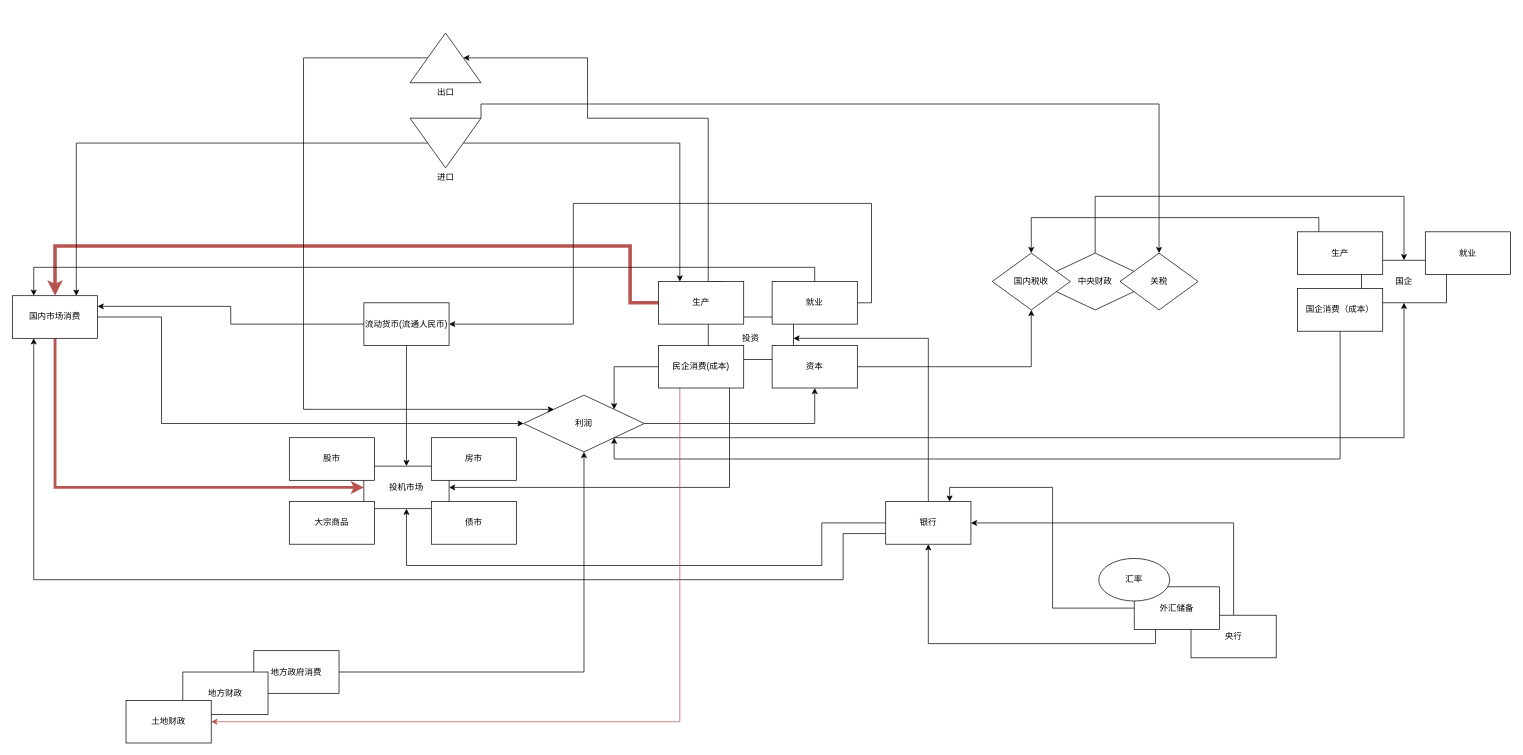
BlackKing-Dio/doc keeps this draw.io diagram as Untitled Diagram.drawio. Above is the earlier version. Source tidied: cells renumbered, new cells numbered last; positions are measured from the earlier drawing's top-left corner, leaving out a move shared by most shapes. Both pictures are drawn from the tidied source at 71%, with x=0, y=0 at pixel (12, 33).
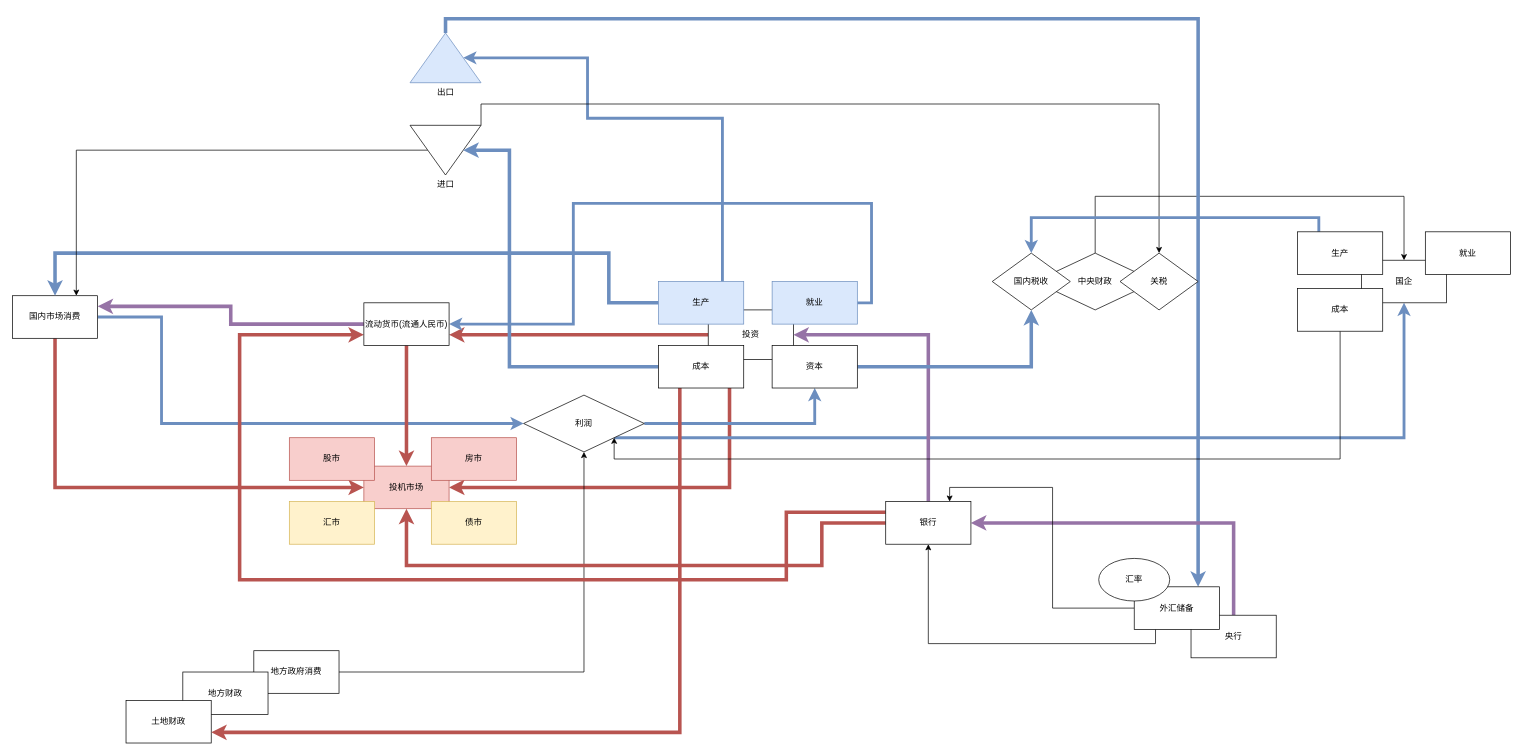
The same diagram, later.

The change refers to these unchanged cells:
```xml
<mxCell id="4" value="国内市场消费" style="rounded=0;whiteSpace=wrap;html=1;" parent="1" vertex="1">
  <mxGeometry y="370" width="120" height="60" as="geometry" />
</mxCell>
<mxCell id="14" value="利润" style="rhombus;whiteSpace=wrap;html=1;" parent="1" vertex="1">
  <mxGeometry x="720" y="510" width="170" height="80" as="geometry" />
</mxCell>
<mxCell id="21" value="央行" style="rounded=0;whiteSpace=wrap;html=1;" parent="1" vertex="1">
  <mxGeometry x="1660" y="820" width="120" height="60" as="geometry" />
</mxCell>
<mxCell id="25" value="银行" style="rounded=0;whiteSpace=wrap;html=1;" parent="1" vertex="1">
  <mxGeometry x="1230" y="660" width="120" height="60" as="geometry" />
</mxCell>
<mxCell id="31" value="外汇储备" style="rounded=0;whiteSpace=wrap;html=1;" parent="1" vertex="1">
  <mxGeometry x="1580" y="780" width="120" height="60" as="geometry" />
</mxCell>
<mxCell id="33" value="土地财政" style="rounded=0;whiteSpace=wrap;html=1;" parent="1" vertex="1">
  <mxGeometry x="160" y="940" width="120" height="60" as="geometry" />
</mxCell>
<mxCell id="34" value="关税" style="rhombus;whiteSpace=wrap;html=1;" parent="1" vertex="1">
  <mxGeometry x="1560" y="310" width="110" height="80" as="geometry" />
</mxCell>
<mxCell id="35" value="国内税收" style="rhombus;whiteSpace=wrap;html=1;" parent="1" vertex="1">
  <mxGeometry x="1380" y="310" width="110" height="80" as="geometry" />
</mxCell>
<mxCell id="41" value="资本" style="rounded=0;whiteSpace=wrap;html=1;" parent="1" vertex="1">
  <mxGeometry x="1070" y="440" width="120" height="60" as="geometry" />
</mxCell>
<mxCell id="44" value="流动货币(流通人民币)" style="rounded=0;whiteSpace=wrap;html=1;" parent="1" vertex="1">
  <mxGeometry x="495" y="380" width="120" height="60" as="geometry" />
</mxCell>
<mxCell id="46" value="国企" style="rounded=0;whiteSpace=wrap;html=1;" parent="1" vertex="1">
  <mxGeometry x="1900" y="320" width="120" height="60" as="geometry" />
</mxCell>
<mxCell id="57" value="生产" style="rounded=0;whiteSpace=wrap;html=1;" parent="1" vertex="1">
  <mxGeometry x="1810" y="280" width="120" height="60" as="geometry" />
</mxCell>
```

What changed in the source:
```diff
@@
-    <mxCell id="2" style="edgeStyle=orthogonalEdgeStyle;rounded=0;jettySize=auto;html=1;exitX=1;exitY=0.5;exitDx=0;exitDy=0;entryX=0;entryY=0.5;entryDx=0;entryDy=0;strokeWidth=1;" parent="1" edge="1" source="4" target="14">
+    <mxCell id="2" style="edgeStyle=orthogonalEdgeStyle;rounded=0;jettySize=auto;html=1;exitX=1;exitY=0.5;exitDx=0;exitDy=0;entryX=0;entryY=0.5;entryDx=0;entryDy=0;strokeWidth=4;fillColor=#dae8fc;strokeColor=#6c8ebf;" parent="1" edge="1" source="4" target="14">
       <mxGeometry relative="1" as="geometry">
         <Array as="points">
           <mxPoint x="210" y="400" />
           <mxPoint x="210" y="550" />
         </Array>
       </mxGeometry>
     </mxCell>
-    <mxCell id="3" style="edgeStyle=orthogonalEdgeStyle;rounded=0;jettySize=auto;html=1;exitX=0.5;exitY=1;exitDx=0;exitDy=0;entryX=0;entryY=0.5;entryDx=0;entryDy=0;fillColor=#f8cecc;strokeColor=#b85450;strokeWidth=4;" parent="1" edge="1" source="4" target="19">
+    <mxCell id="3" style="edgeStyle=orthogonalEdgeStyle;rounded=0;jettySize=auto;html=1;exitX=0.5;exitY=1;exitDx=0;exitDy=0;entryX=0;entryY=0.5;entryDx=0;entryDy=0;strokeWidth=5;fillColor=#f8cecc;strokeColor=#b85450;" parent="1" edge="1" source="4" target="19">
       <mxGeometry relative="1" as="geometry" />
     </mxCell>
@@
-    <mxCell id="5" style="edgeStyle=orthogonalEdgeStyle;rounded=0;jettySize=auto;html=1;exitX=0.25;exitY=1;exitDx=0;exitDy=0;entryX=1;entryY=0.5;entryDx=0;entryDy=0;" parent="1" edge="1" source="6" target="19">
+    <mxCell id="5" style="edgeStyle=orthogonalEdgeStyle;rounded=0;jettySize=auto;html=1;exitX=0.25;exitY=1;exitDx=0;exitDy=0;entryX=1;entryY=0.5;entryDx=0;entryDy=0;fillColor=#f8cecc;strokeColor=#b85450;strokeWidth=5;" parent="1" edge="1" source="6" target="19">
       <mxGeometry relative="1" as="geometry" />
     </mxCell>
+    <mxCell id="59" style="edgeStyle=orthogonalEdgeStyle;rounded=0;jettySize=auto;html=1;exitX=0;exitY=0.5;exitDx=0;exitDy=0;entryX=1;entryY=0.75;entryDx=0;entryDy=0;strokeWidth=5;fillColor=#f8cecc;strokeColor=#b85450;" parent="1" edge="1" source="6" target="44">
+      <mxGeometry relative="1" as="geometry" />
+    </mxCell>
     <mxCell id="6" value="投资" style="rounded=0;whiteSpace=wrap;html=1;" parent="1" vertex="1">
-      <mxGeometry x="980" y="400" width="120" height="60" as="geometry" />
+      <mxGeometry x="980" y="390" width="120" height="70" as="geometry" />
     </mxCell>
@@
-    <mxCell id="9" style="edgeStyle=orthogonalEdgeStyle;rounded=0;jettySize=auto;html=1;exitX=0.75;exitY=0;exitDx=0;exitDy=0;entryX=0;entryY=0;entryDx=75;entryDy=35;entryPerimeter=0;" parent="1" edge="1" source="11" target="18">
+    <mxCell id="9" style="edgeStyle=orthogonalEdgeStyle;rounded=0;jettySize=auto;html=1;exitX=0.75;exitY=0;exitDx=0;exitDy=0;entryX=0;entryY=0;entryDx=75;entryDy=35;entryPerimeter=0;fillColor=#dae8fc;strokeColor=#6c8ebf;strokeWidth=4;" parent="1" edge="1" source="11" target="18">
       <mxGeometry relative="1" as="geometry">
         <Array as="points">
-          <mxPoint x="980" y="350" />
-          <mxPoint x="980" y="120" />
+          <mxPoint x="1000" y="120" />
           <mxPoint x="810" y="120" />
           <mxPoint x="810" y="35" />
         </Array>
       </mxGeometry>
     </mxCell>
-    <mxCell id="10" style="edgeStyle=orthogonalEdgeStyle;rounded=0;jettySize=auto;html=1;exitX=0;exitY=0.5;exitDx=0;exitDy=0;fillColor=#f8cecc;strokeColor=#b85450;strokeWidth=5;" parent="1" edge="1" source="11" target="4">
+    <mxCell id="10" style="edgeStyle=orthogonalEdgeStyle;rounded=0;jettySize=auto;html=1;exitX=0;exitY=0.5;exitDx=0;exitDy=0;entryX=0.5;entryY=0;entryDx=0;entryDy=0;strokeWidth=5;fillColor=#dae8fc;strokeColor=#6c8ebf;" parent="1" edge="1" source="11" target="4">
       <mxGeometry relative="1" as="geometry">
         <Array as="points">
-          <mxPoint x="870" y="380" />
-          <mxPoint x="870" y="300" />
-          <mxPoint x="60" y="300" />
+          <mxPoint x="840" y="380" />
+          <mxPoint x="840" y="310" />
+          <mxPoint x="60" y="310" />
         </Array>
       </mxGeometry>
     </mxCell>
-    <mxCell id="11" value="生产" style="rounded=0;whiteSpace=wrap;html=1;" parent="1" vertex="1">
+    <mxCell id="11" value="生产" style="rounded=0;whiteSpace=wrap;html=1;fillColor=#dae8fc;strokeColor=#6c8ebf;" parent="1" vertex="1">
       <mxGeometry x="910" y="350" width="120" height="60" as="geometry" />
     </mxCell>
-    <mxCell id="12" style="edgeStyle=orthogonalEdgeStyle;rounded=0;jettySize=auto;html=1;exitX=1;exitY=0.5;exitDx=0;exitDy=0;entryX=0.5;entryY=1;entryDx=0;entryDy=0;" parent="1" edge="1" source="14" target="41">
+    <mxCell id="12" style="edgeStyle=orthogonalEdgeStyle;rounded=0;jettySize=auto;html=1;exitX=1;exitY=0.5;exitDx=0;exitDy=0;entryX=0.5;entryY=1;entryDx=0;entryDy=0;fillColor=#dae8fc;strokeColor=#6c8ebf;strokeWidth=4;" parent="1" edge="1" source="14" target="41">
       <mxGeometry relative="1" as="geometry">
         <Array as="points">
           <mxPoint x="1130" y="550" />
         </Array>
       </mxGeometry>
     </mxCell>
-    <mxCell id="13" style="edgeStyle=orthogonalEdgeStyle;rounded=0;jettySize=auto;html=1;exitX=1;exitY=1;exitDx=0;exitDy=0;" parent="1" edge="1" source="14" target="46">
+    <mxCell id="13" style="edgeStyle=orthogonalEdgeStyle;rounded=0;jettySize=auto;html=1;exitX=1;exitY=1;exitDx=0;exitDy=0;fillColor=#dae8fc;strokeColor=#6c8ebf;strokeWidth=4;" parent="1" edge="1" source="14" target="46">
       <mxGeometry relative="1" as="geometry" />
     </mxCell>
@@
-    <mxCell id="17" style="edgeStyle=orthogonalEdgeStyle;rounded=0;jettySize=auto;html=1;exitX=0;exitY=0;exitDx=25;exitDy=35;exitPerimeter=0;entryX=0;entryY=0;entryDx=0;entryDy=0;" parent="1" edge="1" source="18" target="14">
-      <mxGeometry relative="1" as="geometry">
-        <Array as="points">
-          <mxPoint x="410" y="35" />
-          <mxPoint x="410" y="530" />
-        </Array>
-      </mxGeometry>
-    </mxCell>
+    <mxCell id="60" style="edgeStyle=orthogonalEdgeStyle;rounded=0;jettySize=auto;html=1;exitX=0;exitY=0;exitDx=50;exitDy=0;exitPerimeter=0;entryX=0.75;entryY=0;entryDx=0;entryDy=0;strokeWidth=5;fillColor=#dae8fc;strokeColor=#6c8ebf;" parent="1" edge="1" source="18" target="31">
+      <mxGeometry relative="1" as="geometry" />
+    </mxCell>
-    <mxCell id="18" value="出口" style="verticalLabelPosition=bottom;verticalAlign=top;html=1;shape=mxgraph.basic.acute_triangle;dx=0.5;" parent="1" vertex="1">
+    <mxCell id="18" value="出口" style="verticalLabelPosition=bottom;verticalAlign=top;html=1;shape=mxgraph.basic.acute_triangle;dx=0.5;fillColor=#dae8fc;strokeColor=#6c8ebf;" parent="1" vertex="1">
       <mxGeometry x="560" width="100" height="70" as="geometry" />
     </mxCell>
-    <mxCell id="19" value="投机市场" style="rounded=0;whiteSpace=wrap;html=1;" parent="1" vertex="1">
+    <mxCell id="19" value="投机市场" style="rounded=0;whiteSpace=wrap;html=1;fillColor=#f8cecc;strokeColor=#b85450;" parent="1" vertex="1">
       <mxGeometry x="495" y="610" width="120" height="60" as="geometry" />
     </mxCell>
-    <mxCell id="20" style="edgeStyle=orthogonalEdgeStyle;rounded=0;jettySize=auto;html=1;exitX=0.5;exitY=0;exitDx=0;exitDy=0;entryX=1;entryY=0.5;entryDx=0;entryDy=0;" parent="1" edge="1" source="21" target="25">
+    <mxCell id="20" style="edgeStyle=orthogonalEdgeStyle;rounded=0;jettySize=auto;html=1;exitX=0.5;exitY=0;exitDx=0;exitDy=0;entryX=1;entryY=0.5;entryDx=0;entryDy=0;fillColor=#e1d5e7;strokeColor=#9673a6;strokeWidth=5;" parent="1" edge="1" source="21" target="25">
       <mxGeometry relative="1" as="geometry" />
     </mxCell>
@@
-    <mxCell id="22" style="edgeStyle=orthogonalEdgeStyle;rounded=0;jettySize=auto;html=1;exitX=0.5;exitY=0;exitDx=0;exitDy=0;entryX=1;entryY=0.5;entryDx=0;entryDy=0;" parent="1" edge="1" source="25" target="6">
+    <mxCell id="22" style="edgeStyle=orthogonalEdgeStyle;rounded=0;jettySize=auto;html=1;exitX=0.5;exitY=0;exitDx=0;exitDy=0;entryX=1;entryY=0.5;entryDx=0;entryDy=0;fillColor=#e1d5e7;strokeColor=#9673a6;strokeWidth=5;" parent="1" edge="1" source="25" target="6">
       <mxGeometry relative="1" as="geometry" />
     </mxCell>
-    <mxCell id="23" style="edgeStyle=orthogonalEdgeStyle;rounded=0;jettySize=auto;html=1;exitX=0;exitY=0.5;exitDx=0;exitDy=0;entryX=0.5;entryY=1;entryDx=0;entryDy=0;" parent="1" edge="1" source="25" target="19">
+    <mxCell id="23" style="edgeStyle=orthogonalEdgeStyle;rounded=0;jettySize=auto;html=1;exitX=0;exitY=0.5;exitDx=0;exitDy=0;entryX=0.5;entryY=1;entryDx=0;entryDy=0;fillColor=#f8cecc;strokeColor=#b85450;strokeWidth=5;" parent="1" edge="1" source="25" target="19">
       <mxGeometry relative="1" as="geometry">
         <Array as="points">
           <mxPoint x="1140" y="690" />
           <mxPoint x="1140" y="750" />
           <mxPoint x="555" y="750" />
         </Array>
       </mxGeometry>
     </mxCell>
-    <mxCell id="24" style="edgeStyle=orthogonalEdgeStyle;rounded=0;jettySize=auto;html=1;exitX=0;exitY=0.75;exitDx=0;exitDy=0;entryX=0.25;entryY=1;entryDx=0;entryDy=0;" parent="1" edge="1" source="25" target="4">
-      <mxGeometry relative="1" as="geometry">
-        <Array as="points">
-          <mxPoint x="1170" y="705" />
-          <mxPoint x="1170" y="770" />
-          <mxPoint x="30" y="770" />
-        </Array>
-      </mxGeometry>
-    </mxCell>
+    <mxCell id="61" style="edgeStyle=orthogonalEdgeStyle;rounded=0;jettySize=auto;html=1;exitX=0;exitY=0.25;exitDx=0;exitDy=0;entryX=0;entryY=0.75;entryDx=0;entryDy=0;strokeWidth=5;fillColor=#f8cecc;strokeColor=#b85450;" parent="1" edge="1" source="25" target="44">
+      <mxGeometry relative="1" as="geometry">
+        <Array as="points">
+          <mxPoint x="1090" y="675" />
+          <mxPoint x="1090" y="770" />
+          <mxPoint x="320" y="770" />
+          <mxPoint x="320" y="425" />
+        </Array>
+      </mxGeometry>
+    </mxCell>
@@
-    <mxCell id="26" style="edgeStyle=orthogonalEdgeStyle;rounded=0;jettySize=auto;html=1;exitX=0.5;exitY=0;exitDx=0;exitDy=0;entryX=0.25;entryY=0;entryDx=0;entryDy=0;" parent="1" edge="1" source="28" target="4">
-      <mxGeometry relative="1" as="geometry" />
-    </mxCell>
-    <mxCell id="27" style="edgeStyle=orthogonalEdgeStyle;rounded=0;jettySize=auto;html=1;exitX=1;exitY=0.5;exitDx=0;exitDy=0;entryX=1;entryY=0.5;entryDx=0;entryDy=0;" parent="1" edge="1" source="28" target="44">
+    <mxCell id="27" style="edgeStyle=orthogonalEdgeStyle;rounded=0;jettySize=auto;html=1;exitX=1;exitY=0.5;exitDx=0;exitDy=0;entryX=1;entryY=0.5;entryDx=0;entryDy=0;fillColor=#dae8fc;strokeColor=#6c8ebf;strokeWidth=4;" parent="1" edge="1" source="28" target="44">
       <mxGeometry relative="1" as="geometry">
         <Array as="points">
           <mxPoint x="1210" y="380" />
           <mxPoint x="1210" y="240" />
           <mxPoint x="790" y="240" />
           <mxPoint x="790" y="410" />
         </Array>
       </mxGeometry>
     </mxCell>
-    <mxCell id="28" value="就业" style="rounded=0;whiteSpace=wrap;html=1;" parent="1" vertex="1">
+    <mxCell id="28" value="就业" style="rounded=0;whiteSpace=wrap;html=1;fillColor=#dae8fc;strokeColor=#6c8ebf;" parent="1" vertex="1">
       <mxGeometry x="1070" y="350" width="120" height="60" as="geometry" />
     </mxCell>
@@
-    <mxCell id="36" style="edgeStyle=orthogonalEdgeStyle;rounded=0;jettySize=auto;html=1;exitX=0;exitY=0;exitDx=25;exitDy=35;exitPerimeter=0;entryX=0.25;entryY=0;entryDx=0;entryDy=0;" parent="1" edge="1" source="39" target="11">
-      <mxGeometry relative="1" as="geometry" />
-    </mxCell>
@@
     <mxCell id="38" style="edgeStyle=orthogonalEdgeStyle;rounded=0;jettySize=auto;html=1;exitX=0;exitY=1;exitDx=0;exitDy=0;exitPerimeter=0;" parent="1" edge="1" source="39" target="34">
-      <mxGeometry relative="1" as="geometry" />
+      <mxGeometry relative="1" as="geometry">
+        <Array as="points">
+          <mxPoint x="660" y="100" />
+          <mxPoint x="1615" y="100" />
+        </Array>
+      </mxGeometry>
     </mxCell>
     <mxCell id="39" value="进口" style="verticalLabelPosition=bottom;verticalAlign=top;html=1;shape=mxgraph.basic.acute_triangle;dx=0.5;direction=west;" parent="1" vertex="1">
-      <mxGeometry x="560" y="120" width="100" height="70" as="geometry" />
+      <mxGeometry x="560" y="130" width="100" height="70" as="geometry" />
     </mxCell>
-    <mxCell id="40" style="edgeStyle=orthogonalEdgeStyle;rounded=0;jettySize=auto;html=1;exitX=1;exitY=0.5;exitDx=0;exitDy=0;entryX=0.5;entryY=1;entryDx=0;entryDy=0;" parent="1" edge="1" source="41" target="35">
+    <mxCell id="40" style="edgeStyle=orthogonalEdgeStyle;rounded=0;jettySize=auto;html=1;exitX=1;exitY=0.5;exitDx=0;exitDy=0;entryX=0.5;entryY=1;entryDx=0;entryDy=0;fillColor=#dae8fc;strokeColor=#6c8ebf;strokeWidth=5;" parent="1" edge="1" source="41" target="35">
       <mxGeometry relative="1" as="geometry" />
     </mxCell>
@@
-    <mxCell id="42" style="edgeStyle=orthogonalEdgeStyle;rounded=0;jettySize=auto;html=1;exitX=0;exitY=0.5;exitDx=0;exitDy=0;entryX=1;entryY=0.25;entryDx=0;entryDy=0;" parent="1" edge="1" source="44" target="4">
+    <mxCell id="42" style="edgeStyle=orthogonalEdgeStyle;rounded=0;jettySize=auto;html=1;exitX=0;exitY=0.5;exitDx=0;exitDy=0;entryX=1;entryY=0.25;entryDx=0;entryDy=0;fillColor=#e1d5e7;strokeColor=#9673a6;strokeWidth=5;" parent="1" edge="1" source="44" target="4">
       <mxGeometry relative="1" as="geometry" />
     </mxCell>
-    <mxCell id="43" style="edgeStyle=orthogonalEdgeStyle;rounded=0;jettySize=auto;html=1;exitX=0.5;exitY=1;exitDx=0;exitDy=0;" parent="1" edge="1" source="44" target="19">
-      <mxGeometry relative="1" as="geometry" />
+    <mxCell id="43" style="edgeStyle=orthogonalEdgeStyle;rounded=0;jettySize=auto;html=1;exitX=0.5;exitY=1;exitDx=0;exitDy=0;fillColor=#f8cecc;strokeColor=#b85450;strokeWidth=5;entryX=0.5;entryY=0;entryDx=0;entryDy=0;" parent="1" edge="1" source="44" target="19">
+      <mxGeometry relative="1" as="geometry">
+        <Array as="points">
+          <mxPoint x="555" y="530" />
+          <mxPoint x="555" y="530" />
+        </Array>
+      </mxGeometry>
     </mxCell>
@@
-    <mxCell id="48" value="国企消费（成本）" style="rounded=0;whiteSpace=wrap;html=1;" parent="1" vertex="1">
+    <mxCell id="48" value="成本" style="rounded=0;whiteSpace=wrap;html=1;" parent="1" vertex="1">
       <mxGeometry x="1810" y="360" width="120" height="60" as="geometry" />
     </mxCell>
-    <mxCell id="49" style="edgeStyle=orthogonalEdgeStyle;rounded=0;jettySize=auto;html=1;exitX=0;exitY=0.5;exitDx=0;exitDy=0;entryX=1;entryY=0;entryDx=0;entryDy=0;" parent="1" edge="1" source="51" target="14">
-      <mxGeometry relative="1" as="geometry" />
-    </mxCell>
+    <mxCell id="62" style="edgeStyle=orthogonalEdgeStyle;rounded=0;jettySize=auto;html=1;exitX=0;exitY=0.5;exitDx=0;exitDy=0;entryX=0;entryY=0;entryDx=25;entryDy=35;entryPerimeter=0;strokeWidth=5;fillColor=#dae8fc;strokeColor=#6c8ebf;" parent="1" edge="1" source="51" target="39">
+      <mxGeometry relative="1" as="geometry">
+        <Array as="points">
+          <mxPoint x="700" y="470" />
+          <mxPoint x="700" y="165" />
+        </Array>
+      </mxGeometry>
+    </mxCell>
-    <mxCell id="50" style="edgeStyle=orthogonalEdgeStyle;rounded=0;jettySize=auto;html=1;exitX=0.25;exitY=1;exitDx=0;exitDy=0;entryX=1;entryY=0.5;entryDx=0;entryDy=0;fillColor=#f8cecc;strokeColor=#b85450;strokeWidth=1;" parent="1" edge="1" source="51" target="33">
+    <mxCell id="50" style="edgeStyle=orthogonalEdgeStyle;rounded=0;jettySize=auto;html=1;exitX=0.25;exitY=1;exitDx=0;exitDy=0;entryX=1;entryY=0.75;entryDx=0;entryDy=0;strokeWidth=5;fillColor=#f8cecc;strokeColor=#b85450;" parent="1" edge="1" source="51" target="33">
       <mxGeometry relative="1" as="geometry" />
     </mxCell>
-    <mxCell id="51" value="民企消费(成本)" style="rounded=0;whiteSpace=wrap;html=1;" parent="1" vertex="1">
+    <mxCell id="51" value="成本" style="rounded=0;whiteSpace=wrap;html=1;" parent="1" vertex="1">
       <mxGeometry x="910" y="440" width="120" height="60" as="geometry" />
     </mxCell>
-    <mxCell id="52" value="股市" style="rounded=0;whiteSpace=wrap;html=1;" parent="1" vertex="1">
+    <mxCell id="52" value="股市" style="rounded=0;whiteSpace=wrap;html=1;fillColor=#f8cecc;strokeColor=#b85450;" parent="1" vertex="1">
       <mxGeometry x="390" y="570" width="120" height="60" as="geometry" />
     </mxCell>
-    <mxCell id="53" value="房市" style="rounded=0;whiteSpace=wrap;html=1;" parent="1" vertex="1">
+    <mxCell id="53" value="房市" style="rounded=0;whiteSpace=wrap;html=1;fillColor=#f8cecc;strokeColor=#b85450;" parent="1" vertex="1">
       <mxGeometry x="590" y="570" width="120" height="60" as="geometry" />
     </mxCell>
-    <mxCell id="54" value="大宗商品" style="rounded=0;whiteSpace=wrap;html=1;" parent="1" vertex="1">
+    <mxCell id="54" value="汇市" style="rounded=0;whiteSpace=wrap;html=1;fillColor=#fff2cc;strokeColor=#d6b656;" parent="1" vertex="1">
       <mxGeometry x="390" y="660" width="120" height="60" as="geometry" />
     </mxCell>
@@
-    <mxCell id="56" style="edgeStyle=orthogonalEdgeStyle;rounded=0;jettySize=auto;html=1;exitX=0.25;exitY=0;exitDx=0;exitDy=0;entryX=0.5;entryY=0;entryDx=0;entryDy=0;" parent="1" edge="1" source="57" target="35">
+    <mxCell id="56" style="edgeStyle=orthogonalEdgeStyle;rounded=0;jettySize=auto;html=1;exitX=0.25;exitY=0;exitDx=0;exitDy=0;entryX=0.5;entryY=0;entryDx=0;entryDy=0;fillColor=#dae8fc;strokeColor=#6c8ebf;strokeWidth=4;" parent="1" edge="1" source="57" target="35">
       <mxGeometry relative="1" as="geometry" />
     </mxCell>
@@
-    <mxCell id="58" value="债市" style="rounded=0;whiteSpace=wrap;html=1;" parent="1" vertex="1">
+    <mxCell id="58" value="债市" style="rounded=0;whiteSpace=wrap;html=1;fillColor=#fff2cc;strokeColor=#d6b656;" parent="1" vertex="1">
       <mxGeometry x="590" y="660" width="120" height="60" as="geometry" />
     </mxCell>
```
